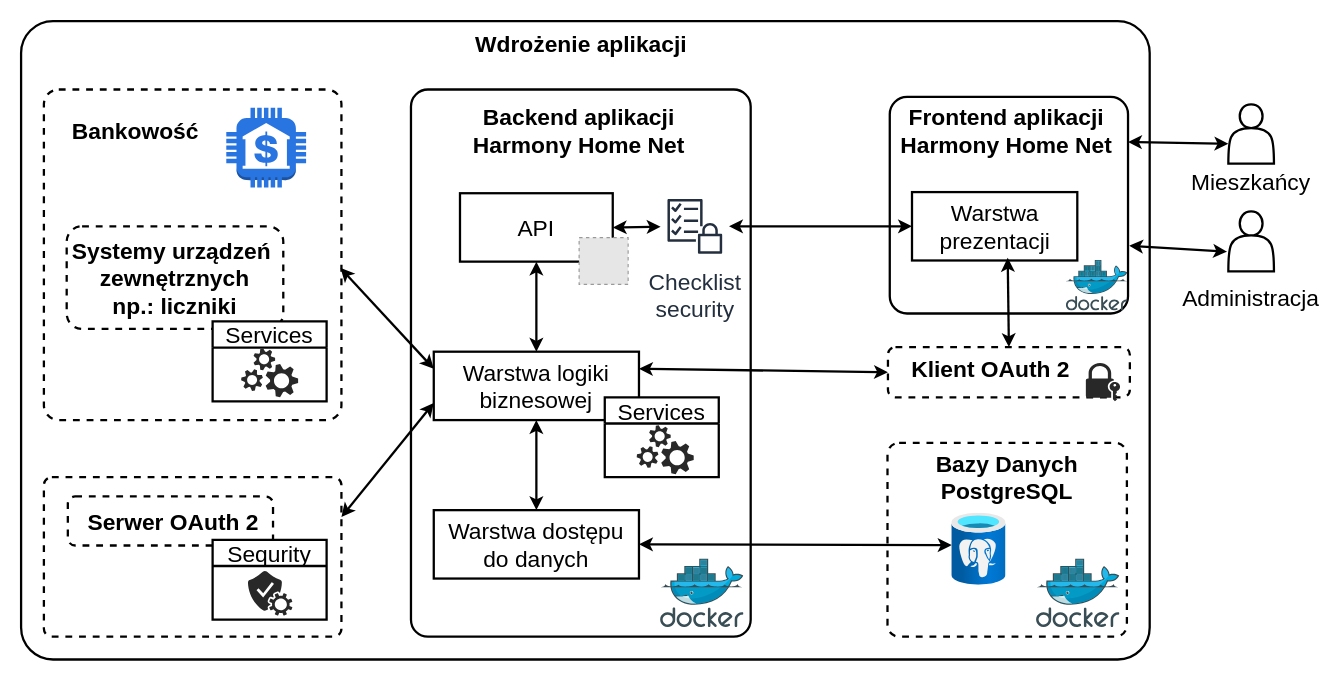
Before: Dyplom/rys02/zarys_architektury.drawio in Golec5000/HarmonyHomeNet, a draw.io diagram. Source tidied: cells renumbered, new cells numbered last; positions are measured from the earlier drawing's top-left corner, leaving out a move shared by most shapes. Both pictures are drawn from the tidied source at 114%, with x=0, y=0 at pixel (21, 21). Pictures stored in the file or linked from it are replaced by grey dashed boxes.
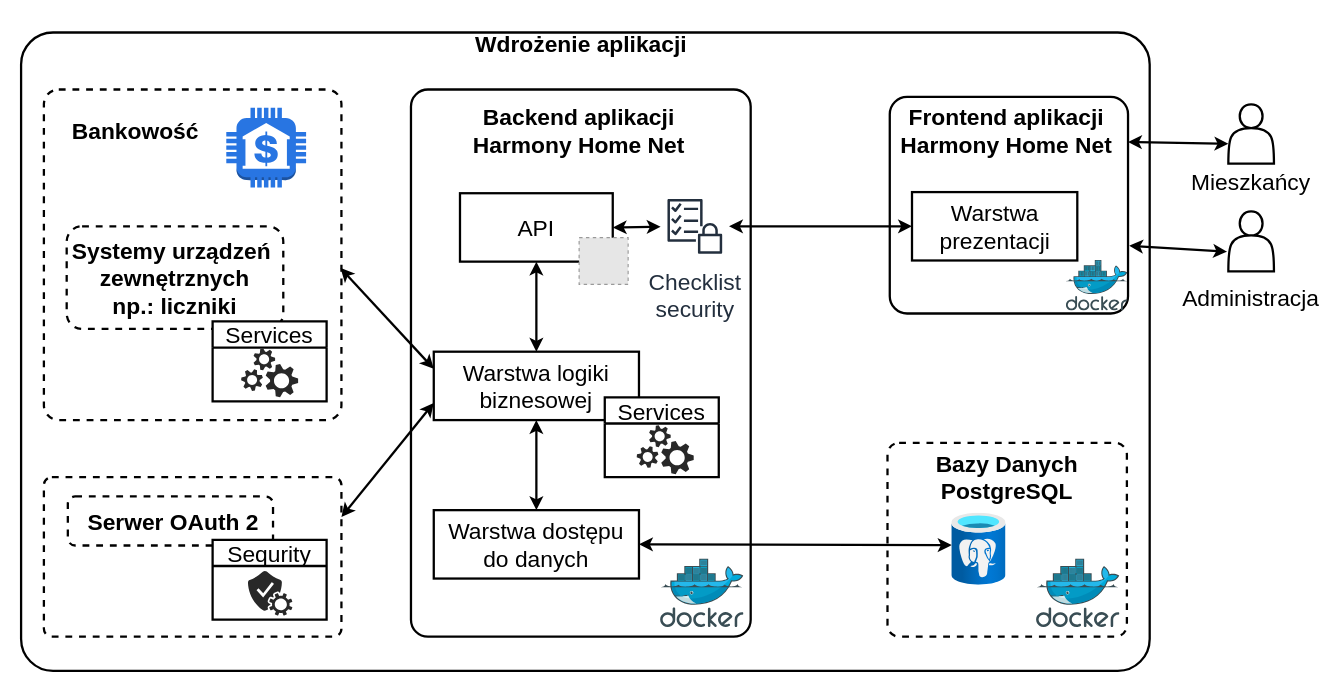
The same page after the edit.

Commit message (it also covers changes not shown here):
minor change in the architecture scheme

The change refers to these unchanged cells:
```xml
<mxCell id="7" value="&lt;font style=&quot;font-size: 20px;&quot;&gt;Warstwa logiki biznesowej&lt;/font&gt;" style="rounded=0;whiteSpace=wrap;html=1;fillColor=none;fontSize=20;strokeWidth=2;" parent="1" vertex="1">
  <mxGeometry x="362" y="290" width="180" height="60" as="geometry" />
</mxCell>
<mxCell id="13" value="&lt;font style=&quot;font-size: 20px;&quot;&gt;Warstwa prezentacji&lt;/font&gt;" style="rounded=0;whiteSpace=wrap;html=1;fillColor=none;fontSize=20;strokeWidth=2;" parent="1" vertex="1">
  <mxGeometry x="781.5" y="150" width="145" height="60" as="geometry" />
</mxCell>
```

Change to the diagram source:
```diff
@@
     <mxCell id="2" style="rounded=1;whiteSpace=wrap;html=1;fillColor=none;fontSize=20;strokeWidth=2;arcSize=5;" parent="1" vertex="1">
-      <mxGeometry width="990" height="560" as="geometry" />
+      <mxGeometry y="10" width="990" height="560" as="geometry" />
     </mxCell>
@@
-    <mxCell id="20" style="rounded=1;whiteSpace=wrap;html=1;fillColor=none;dashed=1;fontSize=20;strokeWidth=2;" parent="1" vertex="1">
-      <mxGeometry x="760.4" y="286" width="212.2" height="44" as="geometry" />
-    </mxCell>
-    <mxCell id="21" value="Klient&lt;span style=&quot;background-color: initial;&quot;&gt;&amp;nbsp;OAuth 2&amp;nbsp;&lt;/span&gt;" style="text;strokeColor=none;fillColor=none;html=1;fontSize=20;fontStyle=1;verticalAlign=middle;align=center;strokeWidth=2;" parent="1" vertex="1">
-      <mxGeometry x="781.5" y="290" width="142.5" height="30" as="geometry" />
-    </mxCell>
-    <mxCell id="22" style="endArrow=classic;startArrow=classic;html=1;rounded=0;fontSize=20;strokeWidth=2;entryX=0.5;entryY=0;entryDx=0;entryDy=0;exitX=0.579;exitY=0.961;exitDx=0;exitDy=0;exitPerimeter=0;" parent="1" edge="1" source="13" target="20">
-      <mxGeometry relative="1" as="geometry" />
-    </mxCell>
@@
-    <mxCell id="36" style="endArrow=classic;startArrow=classic;html=1;rounded=0;entryX=0;entryY=0.5;entryDx=0;entryDy=0;exitX=1;exitY=0.25;exitDx=0;exitDy=0;fontSize=20;strokeWidth=2;" parent="1" edge="1" source="7" target="20">
-      <mxGeometry relative="1" as="geometry" />
-    </mxCell>
@@
-    <mxCell id="44" style="sketch=0;shadow=0;dashed=0;html=1;strokeColor=none;fillColor=#282828;labelPosition=center;verticalLabelPosition=bottom;verticalAlign=top;align=center;shape=mxgraph.office.security.lock_with_key_security;strokeWidth=2;fontSize=20;" parent="1" vertex="1">
-      <mxGeometry x="934" y="300" width="30" height="33.5" as="geometry" />
-    </mxCell>
```
